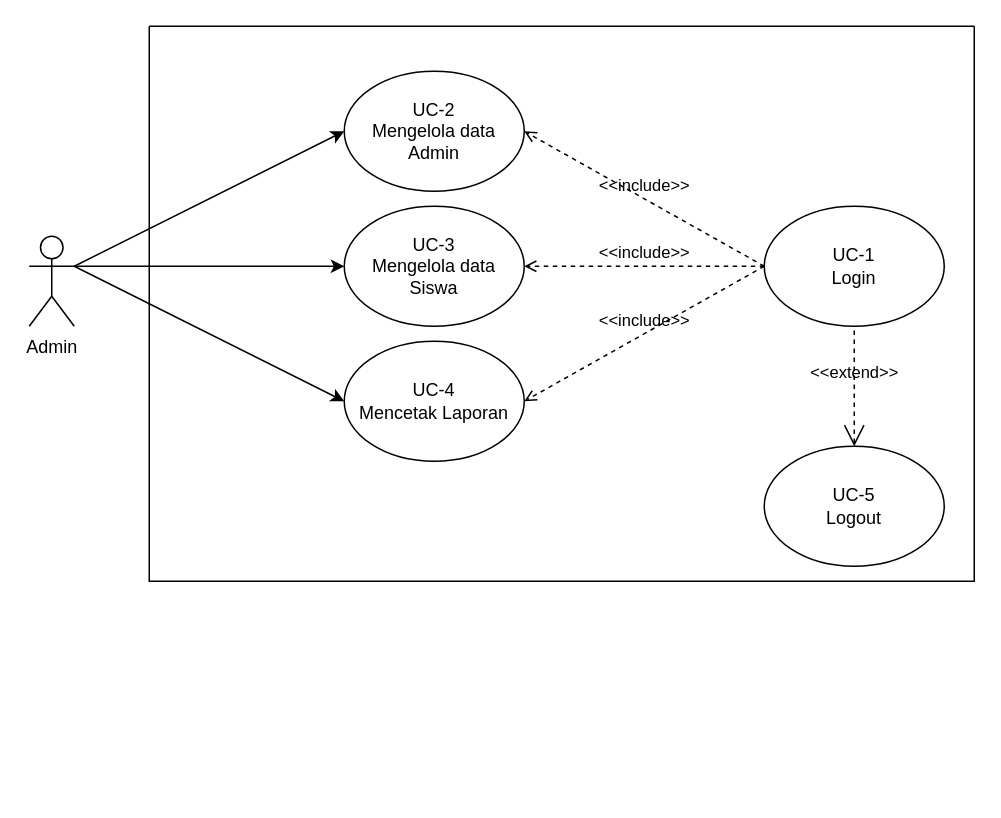
The draw.io diagram Usecase admin.drawio in XxGembelxX/Rancangan_KP, before the edit. Source tidied: cells renumbered, new cells numbered last; positions are measured from the earlier drawing's top-left corner, leaving out a move shared by most shapes. Both pictures are drawn from the tidied source at 150%, with x=0, y=0 at pixel (28, 26).
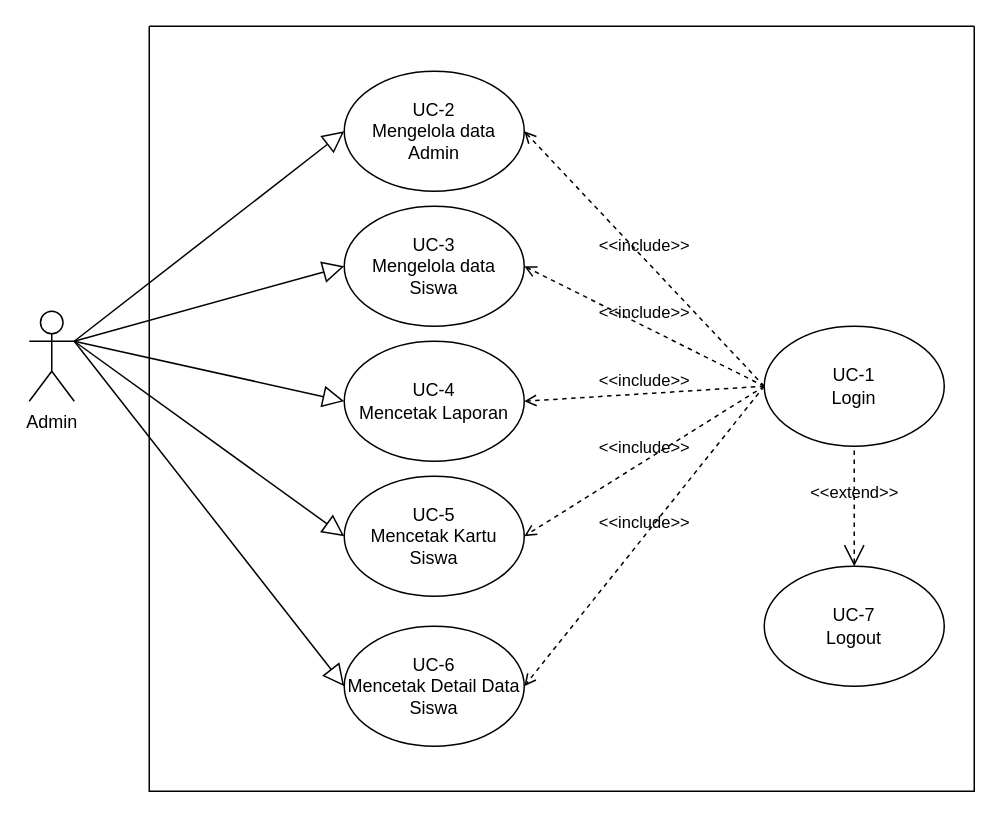
Above is the later version.

The change refers to these unchanged cells:
```xml
<mxCell id="3" value="UC-2&lt;br&gt;Mengelola data Admin" style="ellipse;whiteSpace=wrap;html=1;" parent="1" vertex="1">
  <mxGeometry x="210" y="30" width="120" height="80" as="geometry" />
</mxCell>
<mxCell id="4" value="UC-3&lt;br&gt;Mengelola data &lt;br&gt;Siswa" style="ellipse;whiteSpace=wrap;html=1;" parent="1" vertex="1">
  <mxGeometry x="210" y="120" width="120" height="80" as="geometry" />
</mxCell>
<mxCell id="5" value="UC-4&lt;br&gt;Mencetak Laporan" style="ellipse;whiteSpace=wrap;html=1;" parent="1" vertex="1">
  <mxGeometry x="210" y="210" width="120" height="80" as="geometry" />
</mxCell>
```

Change to the diagram source:
```diff
@@
     <mxCell id="2" value="Admin" style="shape=umlActor;verticalLabelPosition=bottom;verticalAlign=top;html=1;outlineConnect=0;" parent="1" vertex="1">
-      <mxGeometry y="140" width="30" height="60" as="geometry" />
+      <mxGeometry y="190" width="30" height="60" as="geometry" />
     </mxCell>
@@
-    <mxCell id="6" style="endArrow=classic;html=1;rounded=0;exitX=1;exitY=0.3333333333333333;exitDx=0;exitDy=0;exitPerimeter=0;entryX=0;entryY=0.5;entryDx=0;entryDy=0;" parent="1" edge="1" source="2" target="3">
-      <mxGeometry relative="1" as="geometry" />
-    </mxCell>
-    <mxCell id="7" style="endArrow=classic;html=1;rounded=0;exitX=1;exitY=0.3333333333333333;exitDx=0;exitDy=0;exitPerimeter=0;entryX=0;entryY=0.5;entryDx=0;entryDy=0;" parent="1" edge="1" source="2" target="4">
-      <mxGeometry relative="1" as="geometry" />
-    </mxCell>
-    <mxCell id="8" style="endArrow=classic;html=1;rounded=0;exitX=1;exitY=0.3333333333333333;exitDx=0;exitDy=0;exitPerimeter=0;entryX=0;entryY=0.5;entryDx=0;entryDy=0;" parent="1" edge="1" source="2" target="5">
-      <mxGeometry relative="1" as="geometry" />
-    </mxCell>
     <mxCell id="9" style="swimlane;startSize=0;" parent="1" vertex="1">
-      <mxGeometry x="80" width="550" height="370" as="geometry" />
+      <mxGeometry x="80" width="550" height="510" as="geometry" />
     </mxCell>
     <mxCell id="10" value="UC-1&lt;br&gt;Login" style="ellipse;whiteSpace=wrap;html=1;fontStyle=0;" parent="9" vertex="1">
-      <mxGeometry x="410" y="120" width="120" height="80" as="geometry" />
+      <mxGeometry x="410" y="200" width="120" height="80" as="geometry" />
     </mxCell>
-    <mxCell id="11" value="UC-5&lt;br&gt;Logout" style="ellipse;whiteSpace=wrap;html=1;fontStyle=0;" parent="9" vertex="1">
-      <mxGeometry x="410" y="280" width="120" height="80" as="geometry" />
+    <mxCell id="11" value="UC-7&lt;br&gt;Logout" style="ellipse;whiteSpace=wrap;html=1;fontStyle=0;" parent="9" vertex="1">
+      <mxGeometry x="410" y="360" width="120" height="80" as="geometry" />
     </mxCell>
@@
+    <mxCell id="16" value="UC-5&lt;br&gt;Mencetak Kartu Siswa" style="ellipse;whiteSpace=wrap;html=1;" parent="9" vertex="1">
+      <mxGeometry x="130" y="300" width="120" height="80" as="geometry" />
+    </mxCell>
+    <mxCell id="17" value="&amp;lt;&amp;lt;include&amp;gt;&amp;gt;" style="edgeStyle=none;html=1;endArrow=open;verticalAlign=bottom;dashed=1;labelBackgroundColor=none;rounded=0;exitX=0;exitY=0.5;exitDx=0;exitDy=0;entryX=1;entryY=0.5;entryDx=0;entryDy=0;" parent="9" edge="1" source="10" target="16">
+      <mxGeometry relative="1" as="geometry" />
+    </mxCell>
+    <mxCell id="18" value="UC-6&lt;br&gt;Mencetak Detail Data Siswa" style="ellipse;whiteSpace=wrap;html=1;" parent="9" vertex="1">
+      <mxGeometry x="130" y="400" width="120" height="80" as="geometry" />
+    </mxCell>
+    <mxCell id="19" value="&amp;lt;&amp;lt;include&amp;gt;&amp;gt;" style="edgeStyle=none;html=1;endArrow=open;verticalAlign=bottom;dashed=1;labelBackgroundColor=none;rounded=0;exitX=0;exitY=0.5;exitDx=0;exitDy=0;entryX=1;entryY=0.5;entryDx=0;entryDy=0;" parent="9" edge="1" source="10" target="18">
+      <mxGeometry relative="1" as="geometry" />
+    </mxCell>
@@
+    <mxCell id="20" style="edgeStyle=none;html=1;endArrow=block;endFill=0;endSize=12;verticalAlign=bottom;rounded=0;exitX=1;exitY=0.3333333333333333;exitDx=0;exitDy=0;exitPerimeter=0;entryX=0;entryY=0.5;entryDx=0;entryDy=0;" parent="1" edge="1" source="2" target="18">
+      <mxGeometry relative="1" as="geometry" />
+    </mxCell>
+    <mxCell id="21" style="edgeStyle=none;html=1;endArrow=block;endFill=0;endSize=12;verticalAlign=bottom;rounded=0;exitX=1;exitY=0.3333333333333333;exitDx=0;exitDy=0;exitPerimeter=0;entryX=0;entryY=0.5;entryDx=0;entryDy=0;" parent="1" edge="1" source="2" target="16">
+      <mxGeometry relative="1" as="geometry" />
+    </mxCell>
+    <mxCell id="7" style="edgeStyle=none;html=1;endArrow=block;endFill=0;endSize=12;verticalAlign=bottom;rounded=0;exitX=1;exitY=0.3333333333333333;exitDx=0;exitDy=0;exitPerimeter=0;entryX=0;entryY=0.5;entryDx=0;entryDy=0;" parent="1" edge="1" source="2" target="4">
+      <mxGeometry relative="1" as="geometry" />
+    </mxCell>
+    <mxCell id="8" style="edgeStyle=none;html=1;endArrow=block;endFill=0;endSize=12;verticalAlign=bottom;rounded=0;exitX=1;exitY=0.3333333333333333;exitDx=0;exitDy=0;exitPerimeter=0;entryX=0;entryY=0.5;entryDx=0;entryDy=0;" parent="1" edge="1" source="2" target="5">
+      <mxGeometry relative="1" as="geometry" />
+    </mxCell>
+    <mxCell id="6" style="edgeStyle=none;html=1;endArrow=block;endFill=0;endSize=12;verticalAlign=bottom;rounded=0;exitX=1;exitY=0.3333333333333333;exitDx=0;exitDy=0;exitPerimeter=0;entryX=0;entryY=0.5;entryDx=0;entryDy=0;" parent="1" edge="1" source="2" target="3">
+      <mxGeometry relative="1" as="geometry" />
+    </mxCell>
```
